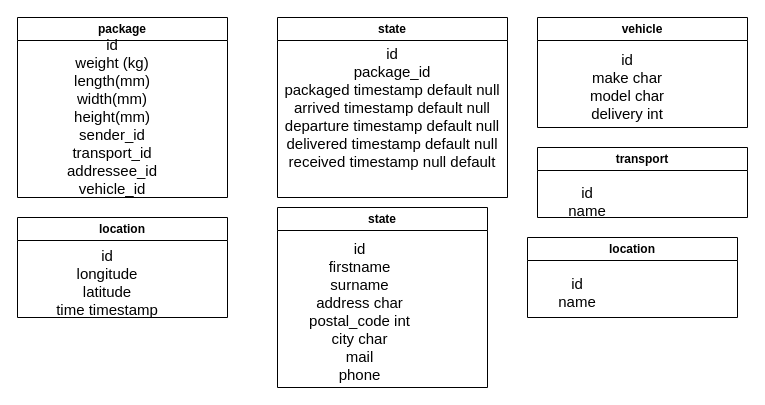
The draw.io diagram schema_bdd.drawio in Jonathan-Schlegel/SAE302, before the edit. Source tidied: cells renumbered, new cells numbered last; positions are measured from the earlier drawing's top-left corner, leaving out a move shared by most shapes. Both pictures are drawn from the tidied source at 100%, with x=0, y=0 at pixel (17, 17).
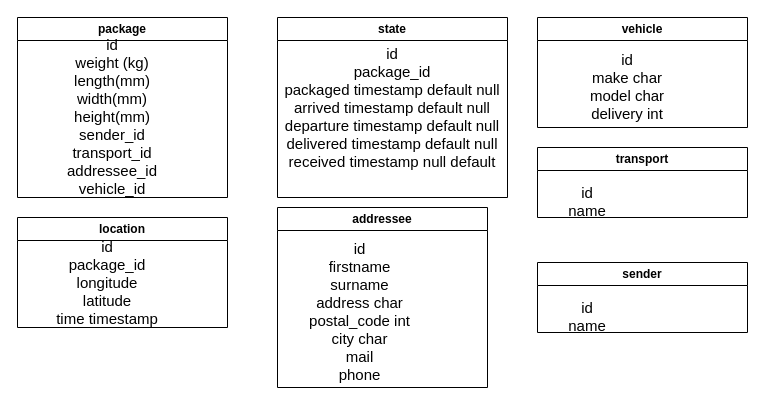
The same page after the edit.

What changed in the source:
```diff
@@
 <mxGraphModel>
   <root>
     <mxCell id="0" />
     <mxCell id="1" parent="0" />
     <mxCell id="2" value="package" style="swimlane;whiteSpace=wrap;html=1;" parent="1" vertex="1">
       <mxGeometry width="210" height="180" as="geometry" />
     </mxCell>
     <mxCell id="3" value="&lt;div style=&quot;font-size: 15px;&quot;&gt;&lt;font style=&quot;font-size: 15px;&quot;&gt;&lt;br&gt;&lt;/font&gt;&lt;/div&gt;&lt;div style=&quot;font-size: 15px;&quot;&gt;&lt;font style=&quot;font-size: 15px;&quot;&gt;id&lt;/font&gt;&lt;/div&gt;&lt;div style=&quot;font-size: 15px;&quot;&gt;&lt;font style=&quot;font-size: 15px;&quot;&gt;weight (kg)&lt;br&gt;&lt;/font&gt;&lt;/div&gt;&lt;div style=&quot;font-size: 15px;&quot;&gt;&lt;font style=&quot;font-size: 15px;&quot;&gt;length(mm)&lt;/font&gt;&lt;/div&gt;&lt;div style=&quot;font-size: 15px;&quot;&gt;&lt;font style=&quot;font-size: 15px;&quot;&gt;width(mm)&lt;/font&gt;&lt;/div&gt;&lt;div style=&quot;font-size: 15px;&quot;&gt;&lt;font style=&quot;font-size: 15px;&quot;&gt;height(mm)&lt;/font&gt;&lt;/div&gt;&lt;div style=&quot;font-size: 15px;&quot;&gt;&lt;font style=&quot;font-size: 15px;&quot;&gt;sender_id&lt;/font&gt;&lt;/div&gt;&lt;div style=&quot;font-size: 15px;&quot;&gt;&lt;font style=&quot;font-size: 15px;&quot;&gt;transport_id&lt;/font&gt;&lt;/div&gt;&lt;div style=&quot;font-size: 15px;&quot;&gt;&lt;font style=&quot;font-size: 15px;&quot;&gt;addressee_id&lt;font style=&quot;font-size: 15px;&quot;&gt;&lt;br&gt;&lt;/font&gt;&lt;/font&gt;&lt;/div&gt;&lt;div style=&quot;font-size: 15px;&quot;&gt;&lt;font style=&quot;font-size: 15px;&quot;&gt;&lt;font style=&quot;font-size: 15px;&quot;&gt;vehicle_id&lt;br&gt;&lt;/font&gt;&lt;/font&gt;&lt;/div&gt;" style="text;html=1;strokeColor=none;fillColor=none;align=center;verticalAlign=middle;whiteSpace=wrap;rounded=0;" parent="2" vertex="1">
       <mxGeometry x="20" y="75" width="150" height="30" as="geometry" />
     </mxCell>
     <mxCell id="4" value="state" style="swimlane;whiteSpace=wrap;html=1;" parent="1" vertex="1">
       <mxGeometry x="260" width="230" height="180" as="geometry" />
     </mxCell>
     <mxCell id="5" value="&lt;div style=&quot;font-size: 15px;&quot;&gt;&lt;font style=&quot;font-size: 15px;&quot;&gt;&lt;br&gt;&lt;/font&gt;&lt;/div&gt;&lt;div style=&quot;font-size: 15px;&quot;&gt;&lt;font style=&quot;font-size: 15px;&quot;&gt;id&lt;/font&gt;&lt;/div&gt;&lt;div style=&quot;font-size: 15px;&quot;&gt;&lt;font style=&quot;font-size: 15px;&quot;&gt;package_id&lt;br&gt;&lt;/font&gt;&lt;/div&gt;&lt;div style=&quot;font-size: 15px;&quot;&gt;&lt;font style=&quot;font-size: 15px;&quot;&gt;packaged timestamp default null&lt;br&gt;&lt;/font&gt;&lt;/div&gt;&lt;div style=&quot;font-size: 15px;&quot;&gt;&lt;font style=&quot;font-size: 15px;&quot;&gt;arrived timestamp default null&lt;br&gt;&lt;/font&gt;&lt;/div&gt;&lt;div style=&quot;font-size: 15px;&quot;&gt;&lt;font style=&quot;font-size: 15px;&quot;&gt;departure timestamp default null&lt;br&gt;&lt;/font&gt;&lt;/div&gt;&lt;div style=&quot;font-size: 15px;&quot;&gt;&lt;font style=&quot;font-size: 15px;&quot;&gt;delivered timestamp default null&lt;br&gt;&lt;/font&gt;&lt;/div&gt;&lt;div style=&quot;font-size: 15px;&quot;&gt;&lt;font style=&quot;font-size: 15px;&quot;&gt;received timestamp null default&lt;br&gt;&lt;/font&gt;&lt;/div&gt;&lt;div style=&quot;font-size: 15px;&quot;&gt;&lt;font style=&quot;font-size: 15px;&quot;&gt;&lt;font style=&quot;font-size: 15px;&quot;&gt;&lt;br&gt;&lt;/font&gt;&lt;/font&gt;&lt;/div&gt;" style="text;html=1;strokeColor=none;fillColor=none;align=center;verticalAlign=middle;whiteSpace=wrap;rounded=0;" parent="4" vertex="1">
       <mxGeometry y="75" width="230" height="30" as="geometry" />
     </mxCell>
     <mxCell id="6" value="location" style="swimlane;whiteSpace=wrap;html=1;" parent="1" vertex="1">
-      <mxGeometry y="200" width="210" height="100" as="geometry" />
+      <mxGeometry y="200" width="210" height="110" as="geometry" />
     </mxCell>
-    <mxCell id="7" value="&lt;div style=&quot;font-size: 15px;&quot;&gt;&lt;font style=&quot;font-size: 15px;&quot;&gt;&lt;br&gt;&lt;/font&gt;&lt;/div&gt;&lt;div style=&quot;font-size: 15px;&quot;&gt;&lt;font style=&quot;font-size: 15px;&quot;&gt;id&lt;/font&gt;&lt;/div&gt;&lt;div style=&quot;font-size: 15px;&quot;&gt;&lt;font style=&quot;font-size: 15px;&quot;&gt;longitude&lt;/font&gt;&lt;/div&gt;&lt;div style=&quot;font-size: 15px;&quot;&gt;&lt;font style=&quot;font-size: 15px;&quot;&gt;latitude&lt;/font&gt;&lt;/div&gt;&lt;div style=&quot;font-size: 15px;&quot;&gt;&lt;font style=&quot;font-size: 15px;&quot;&gt;time timestamp&lt;br&gt;&lt;/font&gt;&lt;/div&gt;&lt;div style=&quot;font-size: 15px;&quot;&gt;&lt;font style=&quot;font-size: 15px;&quot;&gt;&lt;font style=&quot;font-size: 15px;&quot;&gt;&lt;br&gt;&lt;/font&gt;&lt;/font&gt;&lt;/div&gt;" style="text;html=1;strokeColor=none;fillColor=none;align=center;verticalAlign=middle;whiteSpace=wrap;rounded=0;" parent="6" vertex="1">
+    <mxCell id="7" value="&lt;div style=&quot;font-size: 15px;&quot;&gt;&lt;font style=&quot;font-size: 15px;&quot;&gt;&lt;br&gt;&lt;/font&gt;&lt;/div&gt;&lt;div style=&quot;font-size: 15px;&quot;&gt;&lt;font style=&quot;font-size: 15px;&quot;&gt;id&lt;/font&gt;&lt;/div&gt;&lt;div style=&quot;font-size: 15px;&quot;&gt;&lt;font style=&quot;font-size: 15px;&quot;&gt;package_id&lt;/font&gt;&lt;/div&gt;&lt;div style=&quot;font-size: 15px;&quot;&gt;&lt;font style=&quot;font-size: 15px;&quot;&gt;longitude&lt;/font&gt;&lt;/div&gt;&lt;div style=&quot;font-size: 15px;&quot;&gt;&lt;font style=&quot;font-size: 15px;&quot;&gt;latitude&lt;/font&gt;&lt;/div&gt;&lt;div style=&quot;font-size: 15px;&quot;&gt;&lt;font style=&quot;font-size: 15px;&quot;&gt;time timestamp&lt;br&gt;&lt;/font&gt;&lt;/div&gt;&lt;div style=&quot;font-size: 15px;&quot;&gt;&lt;font style=&quot;font-size: 15px;&quot;&gt;&lt;font style=&quot;font-size: 15px;&quot;&gt;&lt;br&gt;&lt;/font&gt;&lt;/font&gt;&lt;/div&gt;" style="text;html=1;strokeColor=none;fillColor=none;align=center;verticalAlign=middle;whiteSpace=wrap;rounded=0;" parent="6" vertex="1">
       <mxGeometry x="20" y="50" width="140" height="30" as="geometry" />
     </mxCell>
     <mxCell id="8" value="transport" style="swimlane;whiteSpace=wrap;html=1;" parent="1" vertex="1">
       <mxGeometry x="520" y="130" width="210" height="70" as="geometry" />
     </mxCell>
     <mxCell id="9" value="&lt;div style=&quot;font-size: 15px;&quot;&gt;&lt;font style=&quot;font-size: 15px;&quot;&gt;&lt;br&gt;&lt;/font&gt;&lt;/div&gt;&lt;div style=&quot;font-size: 15px;&quot;&gt;&lt;font style=&quot;font-size: 15px;&quot;&gt;id&lt;/font&gt;&lt;/div&gt;&lt;div style=&quot;font-size: 15px;&quot;&gt;&lt;font style=&quot;font-size: 15px;&quot;&gt;name&lt;/font&gt;&lt;/div&gt;" style="text;html=1;strokeColor=none;fillColor=none;align=center;verticalAlign=middle;whiteSpace=wrap;rounded=0;" parent="8" vertex="1">
       <mxGeometry x="20" y="30" width="60" height="30" as="geometry" />
     </mxCell>
-    <mxCell id="10" value="location" style="swimlane;whiteSpace=wrap;html=1;" parent="1" vertex="1">
-      <mxGeometry x="510" y="220" width="210" height="80" as="geometry" />
-    </mxCell>
-    <mxCell id="11" value="&lt;div style=&quot;font-size: 15px;&quot;&gt;&lt;font style=&quot;font-size: 15px;&quot;&gt;id&lt;/font&gt;&lt;/div&gt;&lt;div style=&quot;font-size: 15px;&quot;&gt;&lt;font style=&quot;font-size: 15px;&quot;&gt;name&lt;/font&gt;&lt;/div&gt;" style="text;html=1;strokeColor=none;fillColor=none;align=center;verticalAlign=middle;whiteSpace=wrap;rounded=0;" parent="10" vertex="1">
-      <mxGeometry x="20" y="40" width="60" height="30" as="geometry" />
-    </mxCell>
-    <mxCell id="12" value="state" style="swimlane;whiteSpace=wrap;html=1;" parent="1" vertex="1">
+    <mxCell id="12" value="addressee" style="swimlane;whiteSpace=wrap;html=1;" parent="1" vertex="1">
       <mxGeometry x="260" y="190" width="210" height="180" as="geometry" />
     </mxCell>
     <mxCell id="13" value="&lt;div style=&quot;font-size: 15px;&quot;&gt;&lt;font style=&quot;font-size: 15px;&quot;&gt;&lt;br&gt;&lt;/font&gt;&lt;/div&gt;&lt;div style=&quot;font-size: 15px;&quot;&gt;&lt;font style=&quot;font-size: 15px;&quot;&gt;id&lt;/font&gt;&lt;/div&gt;&lt;div style=&quot;font-size: 15px;&quot;&gt;&lt;font style=&quot;font-size: 15px;&quot;&gt;firstname&lt;/font&gt;&lt;/div&gt;&lt;div style=&quot;font-size: 15px;&quot;&gt;&lt;font style=&quot;font-size: 15px;&quot;&gt;surname &lt;br&gt;&lt;/font&gt;&lt;/div&gt;&lt;div style=&quot;font-size: 15px;&quot;&gt;&lt;font style=&quot;font-size: 15px;&quot;&gt;&lt;font style=&quot;font-size: 15px;&quot;&gt;address char&lt;br&gt;&lt;/font&gt;&lt;/font&gt;&lt;/div&gt;&lt;div style=&quot;font-size: 15px;&quot;&gt;&lt;font style=&quot;font-size: 15px;&quot;&gt;&lt;font style=&quot;font-size: 15px;&quot;&gt;postal_code int&lt;br&gt;&lt;/font&gt;&lt;/font&gt;&lt;/div&gt;&lt;div style=&quot;font-size: 15px;&quot;&gt;&lt;font style=&quot;font-size: 15px;&quot;&gt;&lt;font style=&quot;font-size: 15px;&quot;&gt;city char&lt;br&gt;&lt;/font&gt;&lt;/font&gt;&lt;/div&gt;&lt;div style=&quot;font-size: 15px;&quot;&gt;&lt;font style=&quot;font-size: 15px;&quot;&gt;&lt;font style=&quot;font-size: 15px;&quot;&gt;mail&lt;/font&gt;&lt;/font&gt;&lt;/div&gt;&lt;div style=&quot;font-size: 15px;&quot;&gt;&lt;font style=&quot;font-size: 15px;&quot;&gt;&lt;font style=&quot;font-size: 15px;&quot;&gt;phone &lt;br&gt;&lt;/font&gt;&lt;/font&gt;&lt;/div&gt;" style="text;html=1;strokeColor=none;fillColor=none;align=center;verticalAlign=middle;whiteSpace=wrap;rounded=0;" parent="12" vertex="1">
       <mxGeometry x="15" y="80" width="135" height="30" as="geometry" />
     </mxCell>
     <mxCell id="14" value="vehicle" style="swimlane;whiteSpace=wrap;html=1;" parent="1" vertex="1">
       <mxGeometry x="520" width="210" height="110" as="geometry" />
     </mxCell>
     <mxCell id="15" value="&lt;div style=&quot;font-size: 15px;&quot;&gt;&lt;font style=&quot;font-size: 15px;&quot;&gt;&lt;br&gt;&lt;/font&gt;&lt;/div&gt;&lt;div style=&quot;font-size: 15px;&quot;&gt;&lt;font style=&quot;font-size: 15px;&quot;&gt;id&lt;/font&gt;&lt;/div&gt;&lt;div style=&quot;font-size: 15px;&quot;&gt;&lt;font style=&quot;font-size: 15px;&quot;&gt;&lt;font style=&quot;font-size: 15px;&quot;&gt;make char&lt;br&gt;&lt;/font&gt;&lt;/font&gt;&lt;/div&gt;&lt;div style=&quot;font-size: 15px;&quot;&gt;&lt;font style=&quot;font-size: 15px;&quot;&gt;&lt;font style=&quot;font-size: 15px;&quot;&gt;model char&lt;br&gt;&lt;/font&gt;&lt;/font&gt;&lt;/div&gt;&lt;div style=&quot;font-size: 15px;&quot;&gt;&lt;font style=&quot;font-size: 15px;&quot;&gt;&lt;font style=&quot;font-size: 15px;&quot;&gt;delivery int&lt;br&gt;&lt;/font&gt;&lt;/font&gt;&lt;/div&gt;" style="text;html=1;strokeColor=none;fillColor=none;align=center;verticalAlign=middle;whiteSpace=wrap;rounded=0;" parent="14" vertex="1">
       <mxGeometry x="20" y="45" width="140" height="30" as="geometry" />
     </mxCell>
+    <mxCell id="16" value="sender" style="swimlane;whiteSpace=wrap;html=1;" parent="1" vertex="1">
+      <mxGeometry x="520" y="245" width="210" height="70" as="geometry" />
+    </mxCell>
+    <mxCell id="11" value="&lt;div style=&quot;font-size: 15px;&quot;&gt;&lt;font style=&quot;font-size: 15px;&quot;&gt;&lt;br&gt;&lt;/font&gt;&lt;/div&gt;&lt;div style=&quot;font-size: 15px;&quot;&gt;&lt;font style=&quot;font-size: 15px;&quot;&gt;id&lt;/font&gt;&lt;/div&gt;&lt;div style=&quot;font-size: 15px;&quot;&gt;&lt;font style=&quot;font-size: 15px;&quot;&gt;name&lt;/font&gt;&lt;/div&gt;" style="text;html=1;strokeColor=none;fillColor=none;align=center;verticalAlign=middle;whiteSpace=wrap;rounded=0;" parent="16" vertex="1">
+      <mxGeometry x="20" y="30" width="60" height="30" as="geometry" />
+    </mxCell>
   </root>
 </mxGraphModel>
```
